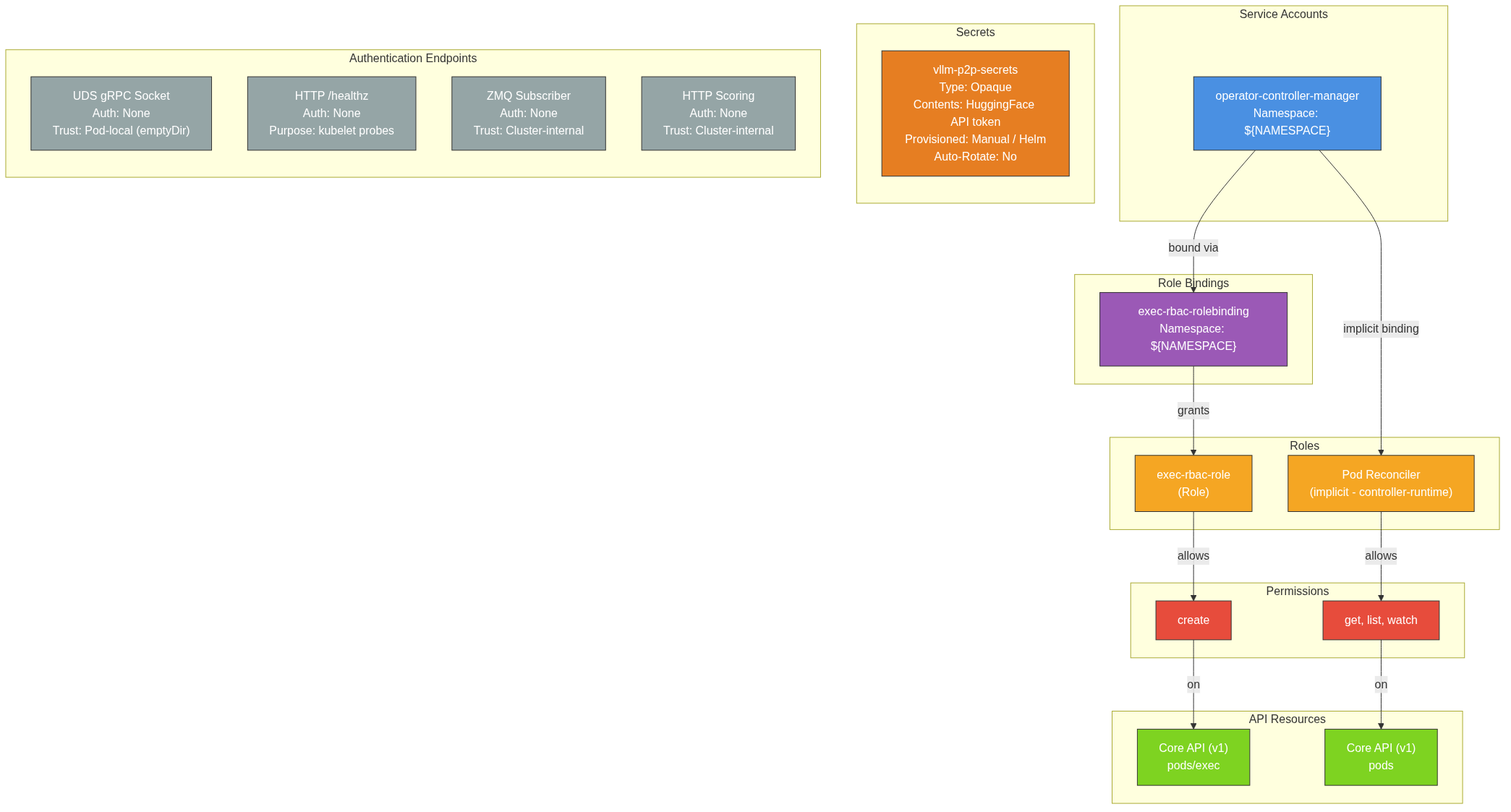
This is architecture/rhoai.next/diagrams/llm-d-kv-cache-rbac.png from rhuss/architecture-context, a Mermaid export, as it was before one commit. Its source is kept beside it as architecture/rhoai.next/diagrams/llm-d-kv-cache-rbac.mmd. Its diagram source:
```mermaid
graph TD
    subgraph "Service Accounts"
        SA["operator-controller-manager<br/>Namespace: ${NAMESPACE}"]
    end

    subgraph "Role Bindings"
        RB["exec-rbac-rolebinding<br/>Namespace: ${NAMESPACE}"]
    end

    subgraph "Roles"
        R1["exec-rbac-role<br/>(Role)"]
        R2["Pod Reconciler<br/>(implicit - controller-runtime)"]
    end

    subgraph "API Resources"
        direction TB
        PodsExec["Core API (v1)<br/>pods/exec"]
        Pods["Core API (v1)<br/>pods"]
    end

    subgraph "Permissions"
        direction TB
        P1["create"]
        P2["get, list, watch"]
    end

    SA -->|"bound via"| RB
    RB -->|"grants"| R1
    R1 -->|"allows"| P1
    P1 -->|"on"| PodsExec

    SA -->|"implicit binding"| R2
    R2 -->|"allows"| P2
    P2 -->|"on"| Pods

    subgraph "Secrets"
        direction TB
        S1["vllm-p2p-secrets<br/>Type: Opaque<br/>Contents: HuggingFace API token<br/>Provisioned: Manual / Helm<br/>Auto-Rotate: No"]
    end

    subgraph "Authentication Endpoints"
        direction TB
        E1["UDS gRPC Socket<br/>Auth: None<br/>Trust: Pod-local (emptyDir)"]
        E2["HTTP /healthz<br/>Auth: None<br/>Purpose: kubelet probes"]
        E3["ZMQ Subscriber<br/>Auth: None<br/>Trust: Cluster-internal"]
        E4["HTTP Scoring<br/>Auth: None<br/>Trust: Cluster-internal"]
    end

    style SA fill:#4a90e2,stroke:#333,color:#fff
    style RB fill:#9b59b6,stroke:#333,color:#fff
    style R1 fill:#f5a623,stroke:#333,color:#fff
    style R2 fill:#f5a623,stroke:#333,color:#fff
    style PodsExec fill:#7ed321,stroke:#333,color:#fff
    style Pods fill:#7ed321,stroke:#333,color:#fff
    style P1 fill:#e74c3c,stroke:#333,color:#fff
    style P2 fill:#e74c3c,stroke:#333,color:#fff
    style S1 fill:#e67e22,stroke:#333,color:#fff
    style E1 fill:#95a5a6,stroke:#333,color:#fff
    style E2 fill:#95a5a6,stroke:#333,color:#fff
    style E3 fill:#95a5a6,stroke:#333,color:#fff
    style E4 fill:#95a5a6,stroke:#333,color:#fff
```
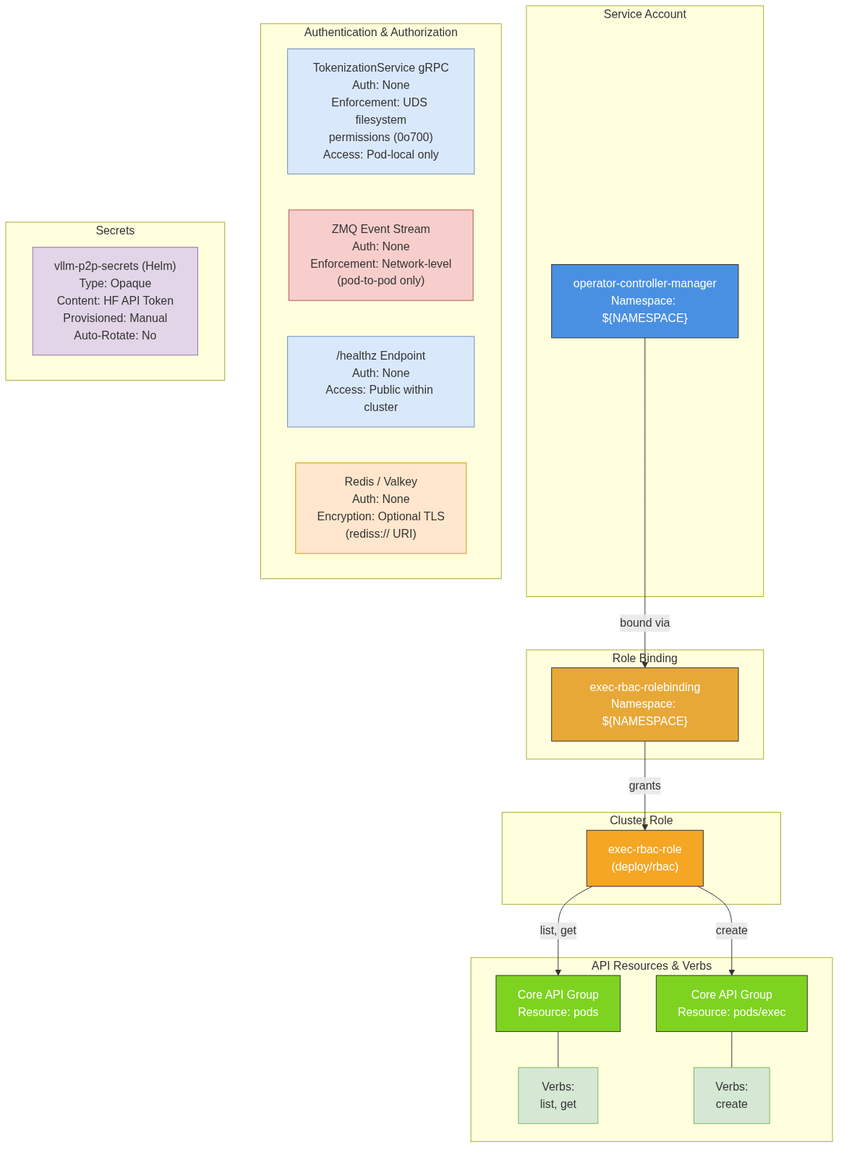
After the commit.

Diff of the diagram source:
```diff
@@ -1,61 +1,52 @@
 graph TD
-    subgraph "Service Accounts"
+    subgraph SA_Group["Service Account"]
         SA["operator-controller-manager<br/>Namespace: ${NAMESPACE}"]
     end
 
-    subgraph "Role Bindings"
+    subgraph RB_Group["Role Binding"]
         RB["exec-rbac-rolebinding<br/>Namespace: ${NAMESPACE}"]
     end
 
-    subgraph "Roles"
-        R1["exec-rbac-role<br/>(Role)"]
-        R2["Pod Reconciler<br/>(implicit - controller-runtime)"]
+    subgraph Role_Group["Cluster Role"]
+        RoleNode["exec-rbac-role<br/>(deploy/rbac)"]
     end
 
-    subgraph "API Resources"
-        direction TB
-        PodsExec["Core API (v1)<br/>pods/exec"]
-        Pods["Core API (v1)<br/>pods"]
+    subgraph Resources_Group["API Resources & Verbs"]
+        Pods["Core API Group<br/>Resource: pods"]
+        PodsExec["Core API Group<br/>Resource: pods/exec"]
+
+        PodsVerbs["Verbs:<br/>list, get"]
+        PodsExecVerbs["Verbs:<br/>create"]
     end
 
-    subgraph "Permissions"
-        direction TB
-        P1["create"]
-        P2["get, list, watch"]
+    subgraph Auth_Group["Authentication & Authorization"]
+        UDS["TokenizationService gRPC<br/>Auth: None<br/>Enforcement: UDS filesystem<br/>permissions (0o700)<br/>Access: Pod-local only"]
+        ZMQAuth["ZMQ Event Stream<br/>Auth: None<br/>Enforcement: Network-level<br/>(pod-to-pod only)"]
+        Health["/healthz Endpoint<br/>Auth: None<br/>Access: Public within cluster"]
+        RedisAuth["Redis / Valkey<br/>Auth: None<br/>Encryption: Optional TLS<br/>(rediss:// URI)"]
+    end
+
+    subgraph Secrets_Group["Secrets"]
+        Secret1["vllm-p2p-secrets (Helm)<br/>Type: Opaque<br/>Content: HF API Token<br/>Provisioned: Manual<br/>Auto-Rotate: No"]
     end
 
     SA -->|"bound via"| RB
-    RB -->|"grants"| R1
-    R1 -->|"allows"| P1
-    P1 -->|"on"| PodsExec
+    RB -->|"grants"| RoleNode
+    RoleNode -->|"list, get"| Pods
+    RoleNode -->|"create"| PodsExec
 
-    SA -->|"implicit binding"| R2
-    R2 -->|"allows"| P2
-    P2 -->|"on"| Pods
-
-    subgraph "Secrets"
-        direction TB
-        S1["vllm-p2p-secrets<br/>Type: Opaque<br/>Contents: HuggingFace API token<br/>Provisioned: Manual / Helm<br/>Auto-Rotate: No"]
-    end
-
-    subgraph "Authentication Endpoints"
-        direction TB
-        E1["UDS gRPC Socket<br/>Auth: None<br/>Trust: Pod-local (emptyDir)"]
-        E2["HTTP /healthz<br/>Auth: None<br/>Purpose: kubelet probes"]
-        E3["ZMQ Subscriber<br/>Auth: None<br/>Trust: Cluster-internal"]
-        E4["HTTP Scoring<br/>Auth: None<br/>Trust: Cluster-internal"]
-    end
+    Pods --- PodsVerbs
+    PodsExec --- PodsExecVerbs
 
     style SA fill:#4a90e2,stroke:#333,color:#fff
-    style RB fill:#9b59b6,stroke:#333,color:#fff
-    style R1 fill:#f5a623,stroke:#333,color:#fff
-    style R2 fill:#f5a623,stroke:#333,color:#fff
+    style RB fill:#e8a838,stroke:#333,color:#fff
+    style RoleNode fill:#f5a623,stroke:#333,color:#fff
+    style Pods fill:#7ed321,stroke:#333,color:#fff
     style PodsExec fill:#7ed321,stroke:#333,color:#fff
-    style Pods fill:#7ed321,stroke:#333,color:#fff
-    style P1 fill:#e74c3c,stroke:#333,color:#fff
-    style P2 fill:#e74c3c,stroke:#333,color:#fff
-    style S1 fill:#e67e22,stroke:#333,color:#fff
-    style E1 fill:#95a5a6,stroke:#333,color:#fff
-    style E2 fill:#95a5a6,stroke:#333,color:#fff
-    style E3 fill:#95a5a6,stroke:#333,color:#fff
-    style E4 fill:#95a5a6,stroke:#333,color:#fff
+    style PodsVerbs fill:#d5e8d4,stroke:#82b366
+    style PodsExecVerbs fill:#d5e8d4,stroke:#82b366
+    style UDS fill:#dae8fc,stroke:#6c8ebf
+    style ZMQAuth fill:#f8cecc,stroke:#b85450
+    style Health fill:#dae8fc,stroke:#6c8ebf
+    style RedisAuth fill:#ffe6cc,stroke:#d79b00
+    style Secret1 fill:#e1d5e7,stroke:#9673a6
```
